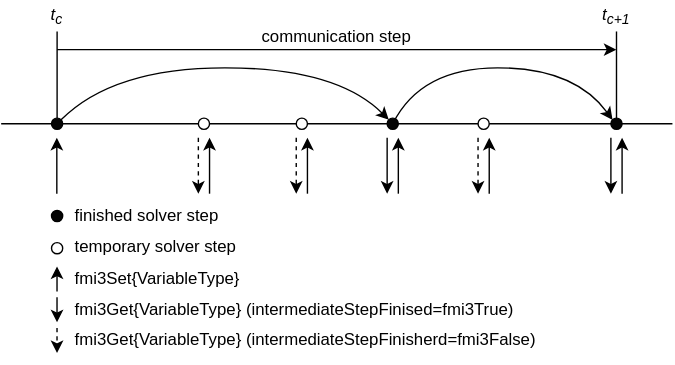
Before: docs/3.0-dev/images/intermediatevariableaccess.svg, a diagram exported from draw.io (modelica/fmi-standard.org). Source tidied: cells renumbered, new cells last; positions are measured from the earlier drawing's top-left corner, leaving out a move shared by most shapes. Source of this version:
```xml
<mxGraphModel>
  <root>
    <mxCell id="0" />
    <mxCell id="1" parent="0" />
    <mxCell id="2" style="curved=1;endArrow=classic;html=1;entryX=0;entryY=0;entryDx=0;entryDy=0;" parent="1" edge="1" source="9" target="10">
      <mxGeometry relative="1" as="geometry">
        <Array as="points">
          <mxPoint x="80" y="48" />
          <mxPoint x="240" y="48" />
        </Array>
      </mxGeometry>
    </mxCell>
    <mxCell id="3" style="endArrow=none;html=1;" parent="1" edge="1" source="10">
      <mxGeometry relative="1" as="geometry">
        <mxPoint x="480" y="88" as="targetPoint" />
      </mxGeometry>
    </mxCell>
    <mxCell id="4" style="curved=1;endArrow=classic;html=1;entryX=0;entryY=0;entryDx=0;entryDy=0;" parent="1" edge="1" target="12">
      <mxGeometry relative="1" as="geometry">
        <mxPoint x="280" y="88" as="sourcePoint" />
        <Array as="points">
          <mxPoint x="300" y="48" />
          <mxPoint x="410" y="48" />
        </Array>
      </mxGeometry>
    </mxCell>
    <mxCell id="5" style="endArrow=none;html=1;exitX=0.5;exitY=0;exitDx=0;exitDy=0;" parent="1" edge="1" source="9">
      <mxGeometry relative="1" as="geometry">
        <mxPoint x="40" y="22" as="targetPoint" />
      </mxGeometry>
    </mxCell>
    <mxCell id="6" style="endArrow=none;html=1;" parent="1" edge="1">
      <mxGeometry relative="1" as="geometry">
        <mxPoint x="440" y="88" as="sourcePoint" />
        <mxPoint x="440" y="22" as="targetPoint" />
      </mxGeometry>
    </mxCell>
    <mxCell id="7" style="endArrow=classic;html=1;" parent="1" edge="1">
      <mxGeometry relative="1" as="geometry">
        <mxPoint x="40" y="35" as="sourcePoint" />
        <mxPoint x="440" y="35" as="targetPoint" />
      </mxGeometry>
    </mxCell>
    <mxCell id="8" style="endArrow=none;html=1;" parent="1" edge="1" target="9">
      <mxGeometry relative="1" as="geometry">
        <mxPoint y="88" as="sourcePoint" />
      </mxGeometry>
    </mxCell>
    <mxCell id="9" style="ellipse;whiteSpace=wrap;html=1;shadow=0;strokeColor=#000000;fillColor=#050505;" parent="1" vertex="1">
      <mxGeometry x="36" y="84" width="8" height="8" as="geometry" />
    </mxCell>
    <mxCell id="10" style="ellipse;whiteSpace=wrap;html=1;shadow=0;strokeColor=#000000;fillColor=#050505;" parent="1" vertex="1">
      <mxGeometry x="276" y="84" width="8" height="8" as="geometry" />
    </mxCell>
    <mxCell id="11" style="endArrow=none;html=1;" parent="1" edge="1" source="15" target="10">
      <mxGeometry relative="1" as="geometry" />
    </mxCell>
    <mxCell id="12" style="ellipse;whiteSpace=wrap;html=1;shadow=0;strokeColor=#000000;fillColor=#050505;" parent="1" vertex="1">
      <mxGeometry x="436" y="84" width="8" height="8" as="geometry" />
    </mxCell>
    <mxCell id="13" style="ellipse;whiteSpace=wrap;html=1;shadow=0;strokeColor=#000000;fillColor=#FFFFFF;" parent="1" vertex="1">
      <mxGeometry x="141" y="84" width="8" height="8" as="geometry" />
    </mxCell>
    <mxCell id="14" style="endArrow=none;html=1;" parent="1" edge="1" source="9" target="13">
      <mxGeometry relative="1" as="geometry" />
    </mxCell>
    <mxCell id="15" style="ellipse;whiteSpace=wrap;html=1;shadow=0;strokeColor=#000000;fillColor=#FFFFFF;" parent="1" vertex="1">
      <mxGeometry x="211" y="84" width="8" height="8" as="geometry" />
    </mxCell>
    <mxCell id="16" style="endArrow=none;html=1;" parent="1" edge="1" source="13" target="15">
      <mxGeometry relative="1" as="geometry" />
    </mxCell>
    <mxCell id="17" style="ellipse;whiteSpace=wrap;html=1;shadow=0;strokeColor=#000000;fillColor=#FFFFFF;" parent="1" vertex="1">
      <mxGeometry x="341" y="84" width="8" height="8" as="geometry" />
    </mxCell>
    <mxCell id="18" style="endArrow=classic;html=1;" parent="1" edge="1">
      <mxGeometry relative="1" as="geometry">
        <mxPoint x="39.8" y="138" as="sourcePoint" />
        <mxPoint x="39.8" y="98" as="targetPoint" />
      </mxGeometry>
    </mxCell>
    <mxCell id="19" style="endArrow=classic;html=1;" parent="1" edge="1">
      <mxGeometry relative="1" as="geometry">
        <mxPoint x="149" y="138" as="sourcePoint" />
        <mxPoint x="149" y="98" as="targetPoint" />
      </mxGeometry>
    </mxCell>
    <mxCell id="20" style="endArrow=classic;html=1;" parent="1" edge="1">
      <mxGeometry relative="1" as="geometry">
        <mxPoint x="219" y="138" as="sourcePoint" />
        <mxPoint x="219" y="98" as="targetPoint" />
      </mxGeometry>
    </mxCell>
    <mxCell id="21" style="endArrow=classic;html=1;" parent="1" edge="1">
      <mxGeometry relative="1" as="geometry">
        <mxPoint x="284" y="138" as="sourcePoint" />
        <mxPoint x="284" y="98" as="targetPoint" />
      </mxGeometry>
    </mxCell>
    <mxCell id="22" style="endArrow=classic;html=1;" parent="1" edge="1">
      <mxGeometry relative="1" as="geometry">
        <mxPoint x="349" y="138" as="sourcePoint" />
        <mxPoint x="349" y="98" as="targetPoint" />
      </mxGeometry>
    </mxCell>
    <mxCell id="23" style="endArrow=classic;html=1;" parent="1" edge="1">
      <mxGeometry relative="1" as="geometry">
        <mxPoint x="444" y="138" as="sourcePoint" />
        <mxPoint x="444" y="98" as="targetPoint" />
      </mxGeometry>
    </mxCell>
    <mxCell id="24" style="endArrow=classic;html=1;" parent="1" edge="1">
      <mxGeometry relative="1" as="geometry">
        <mxPoint x="436" y="98" as="sourcePoint" />
        <mxPoint x="436" y="138" as="targetPoint" />
      </mxGeometry>
    </mxCell>
    <mxCell id="25" style="endArrow=classic;html=1;" parent="1" edge="1">
      <mxGeometry relative="1" as="geometry">
        <mxPoint x="276" y="98" as="sourcePoint" />
        <mxPoint x="276" y="138" as="targetPoint" />
      </mxGeometry>
    </mxCell>
    <mxCell id="26" style="endArrow=classic;html=1;dashed=1;" parent="1" edge="1">
      <mxGeometry relative="1" as="geometry">
        <mxPoint x="141" y="98" as="sourcePoint" />
        <mxPoint x="141" y="138" as="targetPoint" />
      </mxGeometry>
    </mxCell>
    <mxCell id="27" style="endArrow=classic;html=1;dashed=1;" parent="1" edge="1">
      <mxGeometry relative="1" as="geometry">
        <mxPoint x="211" y="98" as="sourcePoint" />
        <mxPoint x="211" y="138" as="targetPoint" />
      </mxGeometry>
    </mxCell>
    <mxCell id="28" style="endArrow=classic;html=1;dashed=1;" parent="1" edge="1">
      <mxGeometry relative="1" as="geometry">
        <mxPoint x="341" y="98" as="sourcePoint" />
        <mxPoint x="341" y="138" as="targetPoint" />
      </mxGeometry>
    </mxCell>
    <object id="29" label="&lt;i&gt;t&lt;sub&gt;c&lt;/sub&gt;&lt;/i&gt;" name="Variable" placeholders="1">
      <mxCell style="text;html=1;strokeColor=none;fillColor=none;align=center;verticalAlign=middle;whiteSpace=wrap;overflow=hidden;shadow=0;" parent="1" vertex="1">
        <mxGeometry width="80" height="20" as="geometry" />
      </mxCell>
    </object>
    <object id="30" label="&lt;i&gt;t&lt;sub&gt;c+1&lt;/sub&gt;&lt;/i&gt;" name="Variable" placeholders="1">
      <mxCell style="text;html=1;strokeColor=none;fillColor=none;align=center;verticalAlign=middle;whiteSpace=wrap;overflow=hidden;shadow=0;" parent="1" vertex="1">
        <mxGeometry x="400" width="80" height="20" as="geometry" />
      </mxCell>
    </object>
    <mxCell id="31" value="communication step" style="text;html=1;strokeColor=none;fillColor=none;align=center;verticalAlign=middle;whiteSpace=wrap;rounded=0;shadow=0;" parent="1" vertex="1">
      <mxGeometry x="160" y="21" width="160" height="10" as="geometry" />
    </mxCell>
    <mxCell id="32" style="group;" parent="1" vertex="1">
      <mxGeometry x="36" y="149" width="175" height="10" as="geometry" />
    </mxCell>
    <mxCell id="33" style="group;" parent="32" vertex="1">
      <mxGeometry width="175" height="10" as="geometry" />
    </mxCell>
    <mxCell id="34" style="ellipse;whiteSpace=wrap;html=1;shadow=0;strokeColor=#000000;fillColor=#050505;" parent="33" vertex="1">
      <mxGeometry y="1" width="8" height="8" as="geometry" />
    </mxCell>
    <mxCell id="35" value="&lt;div align=&quot;left&quot;&gt;finished solver step&lt;br&gt;&lt;/div&gt;" style="text;html=1;strokeColor=none;fillColor=none;align=left;verticalAlign=middle;whiteSpace=wrap;rounded=0;shadow=0;" parent="33" vertex="1">
      <mxGeometry x="15" width="160" height="10" as="geometry" />
    </mxCell>
    <mxCell id="36" style="group;" parent="1" vertex="1">
      <mxGeometry x="36" y="177" width="175" height="10" as="geometry" />
    </mxCell>
    <mxCell id="37" style="ellipse;whiteSpace=wrap;html=1;shadow=0;strokeColor=#000000;fillColor=#FFFFFF;" parent="36" vertex="1">
      <mxGeometry y="-4" width="8" height="8" as="geometry" />
    </mxCell>
    <mxCell id="38" value="temporary solver step" style="text;html=1;strokeColor=none;fillColor=none;align=left;verticalAlign=middle;whiteSpace=wrap;rounded=0;shadow=0;" parent="36" vertex="1">
      <mxGeometry x="15" y="-6" width="160" height="10" as="geometry" />
    </mxCell>
    <mxCell id="39" value="fmi3Set{VariableType}" style="text;html=1;strokeColor=none;fillColor=none;align=left;verticalAlign=middle;whiteSpace=wrap;rounded=0;shadow=0;" parent="1" vertex="1">
      <mxGeometry x="51" y="194" width="160" height="10" as="geometry" />
    </mxCell>
    <mxCell id="40" style="endArrow=classic;html=1;fontStyle=4;" parent="1" edge="1">
      <mxGeometry relative="1" as="geometry">
        <mxPoint x="39.9" y="208" as="sourcePoint" />
        <mxPoint x="39.9" y="190" as="targetPoint" />
      </mxGeometry>
    </mxCell>
    <mxCell id="41" value="fmi3Get{VariableType} (intermediateStepFinisherd=fmi3False)" style="text;html=1;strokeColor=none;fillColor=none;align=left;verticalAlign=middle;whiteSpace=wrap;rounded=0;shadow=0;" parent="1" vertex="1">
      <mxGeometry x="51" y="238" width="348" height="10" as="geometry" />
    </mxCell>
    <mxCell id="42" style="endArrow=classic;html=1;dashed=1;" parent="1" edge="1">
      <mxGeometry relative="1" as="geometry">
        <mxPoint x="39.9" y="234" as="sourcePoint" />
        <mxPoint x="39.9" y="252" as="targetPoint" />
      </mxGeometry>
    </mxCell>
    <mxCell id="43" value="fmi3Get{VariableType} (intermediateStepFinised=fmi3True)" style="text;html=1;strokeColor=none;fillColor=none;align=left;verticalAlign=middle;whiteSpace=wrap;rounded=0;shadow=0;" parent="1" vertex="1">
      <mxGeometry x="51" y="216" width="349" height="10" as="geometry" />
    </mxCell>
    <mxCell id="44" style="endArrow=classic;html=1;" parent="1" edge="1">
      <mxGeometry relative="1" as="geometry">
        <mxPoint x="39.9" y="212" as="sourcePoint" />
        <mxPoint x="39.9" y="230" as="targetPoint" />
      </mxGeometry>
    </mxCell>
  </root>
</mxGraphModel>
```
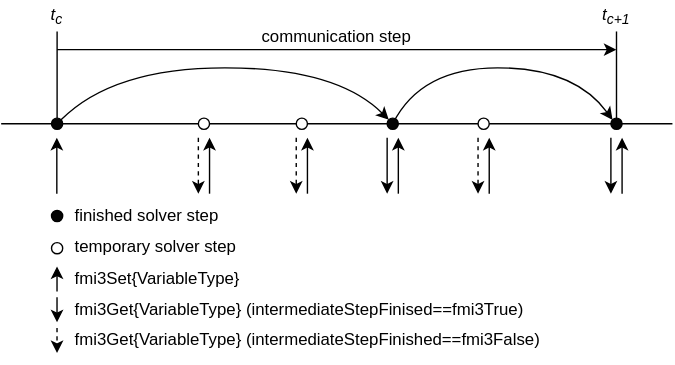
Later version of the same file.

What changed in the source:
```diff
@@ -182,7 +182,7 @@
         <mxPoint x="39.9" y="190" as="targetPoint" />
       </mxGeometry>
     </mxCell>
-    <mxCell id="41" value="fmi3Get{VariableType} (intermediateStepFinisherd=fmi3False)" style="text;html=1;strokeColor=none;fillColor=none;align=left;verticalAlign=middle;whiteSpace=wrap;rounded=0;shadow=0;" parent="1" vertex="1">
+    <mxCell id="41" value="fmi3Get{VariableType} (intermediateStepFinished==fmi3False)" style="text;html=1;strokeColor=none;fillColor=none;align=left;verticalAlign=middle;whiteSpace=wrap;rounded=0;shadow=0;" parent="1" vertex="1">
       <mxGeometry x="51" y="238" width="348" height="10" as="geometry" />
     </mxCell>
     <mxCell id="42" style="endArrow=classic;html=1;dashed=1;" parent="1" edge="1">
@@ -191,7 +191,7 @@
         <mxPoint x="39.9" y="252" as="targetPoint" />
       </mxGeometry>
     </mxCell>
-    <mxCell id="43" value="fmi3Get{VariableType} (intermediateStepFinised=fmi3True)" style="text;html=1;strokeColor=none;fillColor=none;align=left;verticalAlign=middle;whiteSpace=wrap;rounded=0;shadow=0;" parent="1" vertex="1">
+    <mxCell id="43" value="fmi3Get{VariableType} (intermediateStepFinised==fmi3True)" style="text;html=1;strokeColor=none;fillColor=none;align=left;verticalAlign=middle;whiteSpace=wrap;rounded=0;shadow=0;" parent="1" vertex="1">
       <mxGeometry x="51" y="216" width="349" height="10" as="geometry" />
     </mxCell>
     <mxCell id="44" style="endArrow=classic;html=1;" parent="1" edge="1">
```
